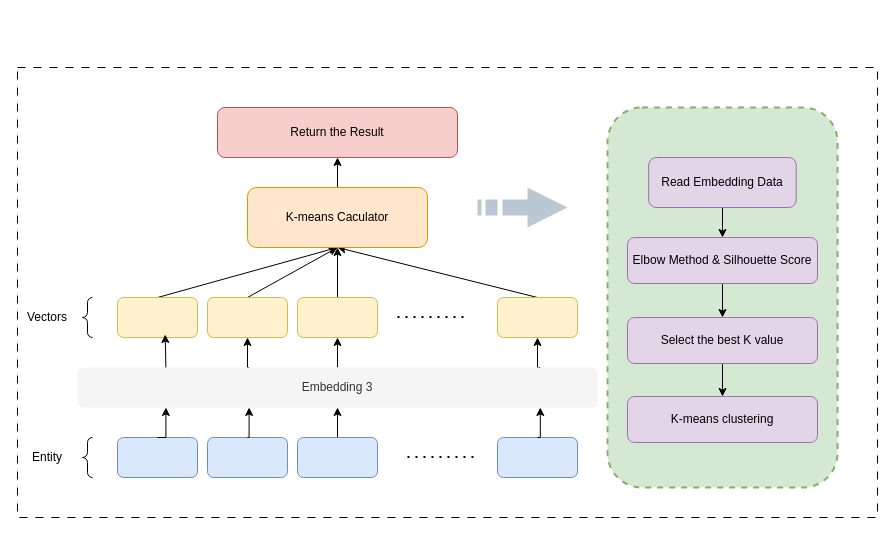
yizhezhixing/yizhezhixing keeps this draw.io diagram as k-means.drawio. Above is the earlier version. Source tidied: cells renumbered, new cells numbered last; positions are measured from the earlier drawing's top-left corner, leaving out a move shared by most shapes. Both pictures are drawn from the tidied source at 100%, with x=0, y=0 at pixel (17, 67). Pictures stored in the file or linked from it are replaced by grey dashed boxes.
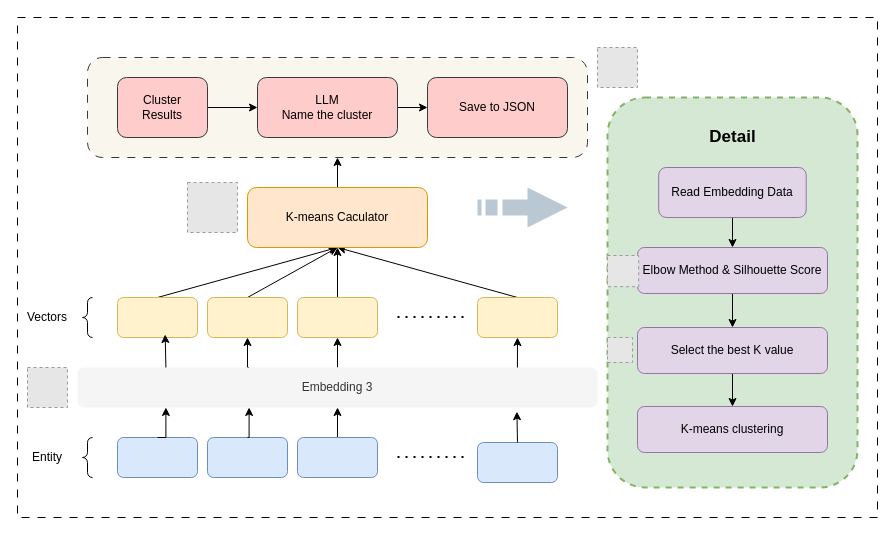
The same diagram, later.

Unchanged cells that the change refers to:
```xml
<mxCell id="11" value="Embedding 3" style="rounded=1;whiteSpace=wrap;html=1;points=[[0,0,0,0,0],[0,0.25,0,0,0],[0,0.5,0,0,0],[0,0.75,0,0,0],[0,1,0,0,0],[0.11,0,0,0,0],[0.11,1,0,0,0],[0.17,0,0,0,0],[0.17,1,0,0,0],[0.22,0,0,0,0],[0.22,1,0,0,0],[0.25,0,0,0,0],[0.25,1,0,0,0],[0.33,0,0,0,0],[0.33,1,0,0,0],[0.44,0,0,0,0],[0.44,1,0,0,0],[0.5,0,0,0,0],[0.5,1,0,0,0],[0.56,0,0,0,0],[0.56,1,0,0,0],[0.67,0,0,0,0],[0.67,1,0,0,0],[0.75,0,0,0,0],[0.75,1,0,0,0],[0.78,0,0,0,0],[0.78,1,0,0,0],[0.83,0,0,0,0],[0.83,1,0,0,0],[0.89,0,0,0,0],[0.89,1,0,0,0],[1,0,0,0,0],[1,0.25,0,0,0],[1,0.5,0,0,0],[1,0.75,0,0,0],[1,1,0,0,0]];fillColor=#f5f5f5;fontColor=#333333;strokeColor=none;" parent="1" vertex="1">
  <mxGeometry x="60" y="300" width="520" height="40" as="geometry" />
</mxCell>
```

Diff of the diagram source:
```diff
@@
     <mxCell id="2" style="rounded=0;whiteSpace=wrap;html=1;dashed=1;dashPattern=8 8;" parent="1" vertex="1">
-      <mxGeometry width="860" height="450" as="geometry" />
+      <mxGeometry y="-50" width="860" height="500" as="geometry" />
     </mxCell>
@@
     <mxCell id="4" style="rounded=1;whiteSpace=wrap;html=1;fillColor=#dae8fc;strokeColor=#6c8ebf;" parent="1" vertex="1">
-      <mxGeometry x="480" y="370" width="80" height="40" as="geometry" />
+      <mxGeometry x="460" y="375" width="80" height="40" as="geometry" />
     </mxCell>
@@
-    <mxCell id="10" style="edgeStyle=orthogonalEdgeStyle;rounded=0;jettySize=auto;html=1;exitX=0.89;exitY=0;exitDx=0;exitDy=0;exitPerimeter=0;entryX=0.5;entryY=1;entryDx=0;entryDy=0;" parent="1" edge="1" source="11" target="25">
+    <mxCell id="10" style="edgeStyle=orthogonalEdgeStyle;rounded=0;jettySize=auto;html=1;exitX=0.846;exitY=0.076;exitDx=0;exitDy=0;exitPerimeter=0;entryX=0.5;entryY=1;entryDx=0;entryDy=0;" parent="1" edge="1" source="11" target="25">
       <mxGeometry relative="1" as="geometry" />
     </mxCell>
@@
     <mxCell id="12" style="endArrow=none;dashed=1;html=1;dashPattern=1 3;strokeWidth=2;rounded=0;" parent="1" edge="1">
       <mxGeometry relative="1" as="geometry">
-        <mxPoint x="390" y="389.5" as="sourcePoint" />
-        <mxPoint x="460" y="389.5" as="targetPoint" />
+        <mxPoint x="380" y="389.6" as="sourcePoint" />
+        <mxPoint x="450" y="389.6" as="targetPoint" />
       </mxGeometry>
     </mxCell>
@@
-    <mxCell id="15" style="edgeStyle=orthogonalEdgeStyle;rounded=0;jettySize=auto;html=1;exitX=0.5;exitY=0;exitDx=0;exitDy=0;entryX=0.89;entryY=1;entryDx=0;entryDy=0;entryPerimeter=0;" parent="1" edge="1" source="4" target="11">
-      <mxGeometry relative="1" as="geometry" />
-    </mxCell>
@@
     <mxCell id="23" style="endArrow=none;dashed=1;html=1;dashPattern=1 3;strokeWidth=2;rounded=0;" parent="1" edge="1">
       <mxGeometry relative="1" as="geometry">
-        <mxPoint x="380" y="249.5" as="sourcePoint" />
-        <mxPoint x="450" y="249.5" as="targetPoint" />
+        <mxPoint x="380" y="249.6" as="sourcePoint" />
+        <mxPoint x="450" y="249.6" as="targetPoint" />
       </mxGeometry>
     </mxCell>
@@
     <mxCell id="25" style="rounded=1;whiteSpace=wrap;html=1;fillColor=#fff2cc;strokeColor=#d6b656;" parent="1" vertex="1">
-      <mxGeometry x="480" y="230" width="80" height="40" as="geometry" />
+      <mxGeometry x="460" y="230" width="80" height="40" as="geometry" />
     </mxCell>
@@
     <mxCell id="32" style="rounded=1;whiteSpace=wrap;html=1;dashed=1;fillColor=#d5e8d4;strokeColor=#82b366;strokeWidth=2;" parent="1" vertex="1">
-      <mxGeometry x="590" y="40" width="230" height="380" as="geometry" />
+      <mxGeometry x="590" y="30" width="250" height="390" as="geometry" />
     </mxCell>
@@
     <mxCell id="34" value="Read Embedding Data" style="rounded=1;whiteSpace=wrap;html=1;fillColor=#e1d5e7;strokeColor=#9673a6;" parent="1" vertex="1">
-      <mxGeometry x="631.2" y="90" width="147.5" height="50" as="geometry" />
+      <mxGeometry x="641.2" y="100" width="147.5" height="50" as="geometry" />
     </mxCell>
@@
     <mxCell id="36" value="Elbow Method &amp;amp; Silhouette Score" style="rounded=1;whiteSpace=wrap;html=1;fillColor=#e1d5e7;strokeColor=#9673a6;" parent="1" vertex="1">
-      <mxGeometry x="610" y="170" width="190" height="46" as="geometry" />
+      <mxGeometry x="620" y="180" width="190" height="46" as="geometry" />
     </mxCell>
@@
     <mxCell id="38" value="Select the best K value" style="rounded=1;whiteSpace=wrap;html=1;fillColor=#e1d5e7;strokeColor=#9673a6;" parent="1" vertex="1">
-      <mxGeometry x="610" y="250" width="190" height="46" as="geometry" />
+      <mxGeometry x="620" y="260" width="190" height="46" as="geometry" />
     </mxCell>
     <mxCell id="39" value="K-means clustering" style="rounded=1;whiteSpace=wrap;html=1;fillColor=#e1d5e7;strokeColor=#9673a6;" parent="1" vertex="1">
-      <mxGeometry x="610" y="329" width="190" height="46" as="geometry" />
+      <mxGeometry x="620" y="339" width="190" height="46" as="geometry" />
     </mxCell>
-    <mxCell id="40" value="Return the Result" style="rounded=1;whiteSpace=wrap;html=1;fillColor=#f8cecc;strokeColor=#b85450;" parent="1" vertex="1">
-      <mxGeometry x="200" y="40" width="240" height="50" as="geometry" />
+    <mxCell id="40" style="rounded=1;whiteSpace=wrap;html=1;fillColor=#f9f7ed;strokeColor=#36393d;dashed=1;dashPattern=8 8;" parent="1" vertex="1">
+      <mxGeometry x="70" y="-10" width="500" height="100" as="geometry" />
     </mxCell>
@@
+    <mxCell id="42" style="edgeStyle=orthogonalEdgeStyle;rounded=0;jettySize=auto;html=1;" parent="1" edge="1" source="43" target="45">
+      <mxGeometry relative="1" as="geometry" />
+    </mxCell>
+    <mxCell id="43" value="Cluster&lt;div&gt;Results&lt;/div&gt;" style="rounded=1;whiteSpace=wrap;html=1;fillColor=#ffcccc;strokeColor=#36393d;" parent="1" vertex="1">
+      <mxGeometry x="100" y="10" width="90" height="60" as="geometry" />
+    </mxCell>
+    <mxCell id="44" style="edgeStyle=orthogonalEdgeStyle;rounded=0;jettySize=auto;html=1;" parent="1" edge="1" source="45" target="46">
+      <mxGeometry relative="1" as="geometry" />
+    </mxCell>
+    <mxCell id="45" value="LLM&lt;div&gt;Name the cluster&lt;/div&gt;" style="rounded=1;whiteSpace=wrap;html=1;fillColor=#ffcccc;strokeColor=#36393d;" parent="1" vertex="1">
+      <mxGeometry x="240" y="10" width="140" height="60" as="geometry" />
+    </mxCell>
+    <mxCell id="46" value="Save to JSON" style="rounded=1;whiteSpace=wrap;html=1;fillColor=#ffcccc;strokeColor=#36393d;" parent="1" vertex="1">
+      <mxGeometry x="410" y="10" width="140" height="60" as="geometry" />
+    </mxCell>
+    <mxCell id="47" value="&lt;b&gt;&lt;font style=&quot;font-size: 17px;&quot;&gt;Detail&lt;/font&gt;&lt;/b&gt;" style="text;html=1;align=center;verticalAlign=middle;whiteSpace=wrap;rounded=0;" parent="1" vertex="1">
+      <mxGeometry x="687.5" y="50" width="55" height="40" as="geometry" />
+    </mxCell>
+    <mxCell id="48" style="fillColor=#E6E6E6;strokeColor=#999999;dashed=1;verticalLabelPosition=bottom;labelBackgroundColor=default;verticalAlign=top;" parent="1" vertex="1">
+      <mxGeometry x="590" y="270" width="25" height="25" as="geometry" />
+    </mxCell>
+    <mxCell id="49" style="fillColor=#E6E6E6;strokeColor=#999999;dashed=1;verticalLabelPosition=bottom;labelBackgroundColor=default;verticalAlign=top;" parent="1" vertex="1">
+      <mxGeometry x="590" y="188" width="31.2" height="31.2" as="geometry" />
+    </mxCell>
+    <mxCell id="15" style="edgeStyle=orthogonalEdgeStyle;rounded=0;jettySize=auto;html=1;exitX=0.5;exitY=0;exitDx=0;exitDy=0;entryX=0.845;entryY=1.104;entryDx=0;entryDy=0;entryPerimeter=0;" parent="1" edge="1" source="4" target="11">
+      <mxGeometry relative="1" as="geometry" />
+    </mxCell>
+    <mxCell id="50" style="fillColor=#E6E6E6;strokeColor=#999999;dashed=1;verticalLabelPosition=bottom;labelBackgroundColor=default;verticalAlign=top;" parent="1" vertex="1">
+      <mxGeometry x="170" y="115" width="50" height="50" as="geometry" />
+    </mxCell>
+    <mxCell id="51" style="fillColor=#E6E6E6;strokeColor=#999999;dashed=1;verticalLabelPosition=bottom;labelBackgroundColor=default;verticalAlign=top;" parent="1" vertex="1">
+      <mxGeometry x="10" y="300" width="40" height="40" as="geometry" />
+    </mxCell>
+    <mxCell id="52" style="fillColor=#E6E6E6;strokeColor=#999999;dashed=1;verticalLabelPosition=bottom;labelBackgroundColor=default;verticalAlign=top;" parent="1" vertex="1">
+      <mxGeometry x="580" y="-20" width="40" height="40" as="geometry" />
+    </mxCell>
```
